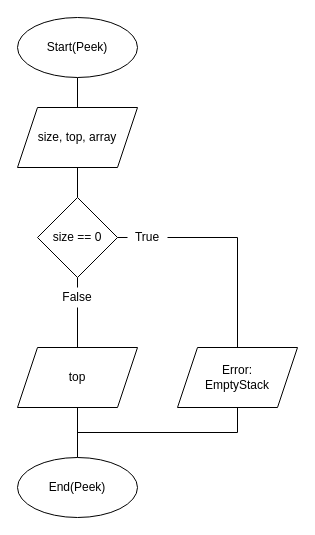
Above: page "Stack.Peek()" (5 of 6) of lab6/diagram.drawio in MrTimeGo/ads-petselia-kp01 (draw.io), before the change. Source tidied: cells renumbered, new cells numbered last; positions are measured from the earlier drawing's top-left corner, leaving out a move shared by most shapes. Both pictures are drawn from the tidied source at 100%, with x=0, y=0 at pixel (17, 17).
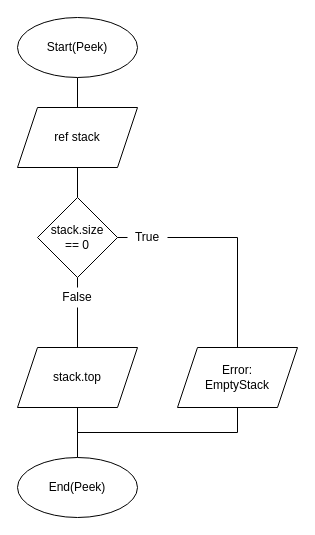
After the change.

Change to the diagram source:
```diff
@@
 <mxGraphModel>
   <root>
     <mxCell id="0" />
     <mxCell id="1" parent="0" />
     <mxCell id="2" style="edgeStyle=orthogonalEdgeStyle;rounded=0;jettySize=auto;html=1;exitX=0.5;exitY=1;exitDx=0;exitDy=0;entryX=0.5;entryY=0;entryDx=0;entryDy=0;endArrow=none;endFill=0;" parent="1" edge="1" source="3" target="5">
       <mxGeometry relative="1" as="geometry" />
     </mxCell>
     <mxCell id="3" value="Start(Peek)" style="ellipse;whiteSpace=wrap;html=1;" parent="1" vertex="1">
       <mxGeometry width="120" height="60" as="geometry" />
     </mxCell>
     <mxCell id="4" style="edgeStyle=orthogonalEdgeStyle;rounded=0;jettySize=auto;html=1;exitX=0.5;exitY=1;exitDx=0;exitDy=0;entryX=0.5;entryY=0;entryDx=0;entryDy=0;endArrow=none;endFill=0;" parent="1" edge="1" source="5" target="8">
       <mxGeometry relative="1" as="geometry" />
     </mxCell>
-    <mxCell id="5" value="size, top, array" style="shape=parallelogram;perimeter=parallelogramPerimeter;whiteSpace=wrap;html=1;fixedSize=1;" parent="1" vertex="1">
+    <mxCell id="5" value="ref stack" style="shape=parallelogram;perimeter=parallelogramPerimeter;whiteSpace=wrap;html=1;fixedSize=1;" parent="1" vertex="1">
       <mxGeometry y="90" width="120" height="60" as="geometry" />
     </mxCell>
     <mxCell id="6" style="edgeStyle=orthogonalEdgeStyle;rounded=0;jettySize=auto;html=1;exitX=0.5;exitY=1;exitDx=0;exitDy=0;entryX=0.5;entryY=0;entryDx=0;entryDy=0;endArrow=none;endFill=0;" parent="1" edge="1" source="8" target="10">
       <mxGeometry relative="1" as="geometry" />
     </mxCell>
     <mxCell id="7" style="edgeStyle=orthogonalEdgeStyle;rounded=0;jettySize=auto;html=1;exitX=1;exitY=0.5;exitDx=0;exitDy=0;entryX=0;entryY=0.5;entryDx=0;entryDy=0;endArrow=none;endFill=0;" parent="1" edge="1" source="8" target="12">
       <mxGeometry relative="1" as="geometry" />
     </mxCell>
-    <mxCell id="8" value="size == 0" style="rhombus;whiteSpace=wrap;html=1;" parent="1" vertex="1">
+    <mxCell id="8" value="stack.size&lt;br&gt;== 0" style="rhombus;whiteSpace=wrap;html=1;" parent="1" vertex="1">
       <mxGeometry x="20" y="180" width="80" height="80" as="geometry" />
     </mxCell>
     <mxCell id="9" style="edgeStyle=orthogonalEdgeStyle;rounded=0;jettySize=auto;html=1;exitX=0.5;exitY=1;exitDx=0;exitDy=0;entryX=0.5;entryY=0;entryDx=0;entryDy=0;endArrow=none;endFill=0;" parent="1" edge="1" source="10" target="14">
       <mxGeometry relative="1" as="geometry" />
     </mxCell>
     <mxCell id="10" value="False" style="text;html=1;strokeColor=none;fillColor=none;align=center;verticalAlign=middle;whiteSpace=wrap;rounded=0;" parent="1" vertex="1">
       <mxGeometry x="40" y="270" width="40" height="20" as="geometry" />
     </mxCell>
     <mxCell id="11" style="edgeStyle=orthogonalEdgeStyle;rounded=0;jettySize=auto;html=1;exitX=1;exitY=0.5;exitDx=0;exitDy=0;entryX=0.5;entryY=0;entryDx=0;entryDy=0;endArrow=none;endFill=0;" parent="1" edge="1" source="12" target="16">
       <mxGeometry relative="1" as="geometry" />
     </mxCell>
     <mxCell id="12" value="True" style="text;html=1;strokeColor=none;fillColor=none;align=center;verticalAlign=middle;whiteSpace=wrap;rounded=0;" parent="1" vertex="1">
       <mxGeometry x="110" y="210" width="40" height="20" as="geometry" />
     </mxCell>
     <mxCell id="13" style="edgeStyle=orthogonalEdgeStyle;rounded=0;jettySize=auto;html=1;exitX=0.5;exitY=1;exitDx=0;exitDy=0;entryX=0.5;entryY=0;entryDx=0;entryDy=0;endArrow=none;endFill=0;" parent="1" edge="1" source="14" target="17">
       <mxGeometry relative="1" as="geometry" />
     </mxCell>
-    <mxCell id="14" value="top" style="shape=parallelogram;perimeter=parallelogramPerimeter;whiteSpace=wrap;html=1;fixedSize=1;" parent="1" vertex="1">
+    <mxCell id="14" value="stack.top" style="shape=parallelogram;perimeter=parallelogramPerimeter;whiteSpace=wrap;html=1;fixedSize=1;" parent="1" vertex="1">
       <mxGeometry y="330" width="120" height="60" as="geometry" />
     </mxCell>
     <mxCell id="15" style="edgeStyle=orthogonalEdgeStyle;rounded=0;jettySize=auto;html=1;exitX=0.5;exitY=1;exitDx=0;exitDy=0;entryX=0.5;entryY=0;entryDx=0;entryDy=0;endArrow=none;endFill=0;" parent="1" edge="1" source="16" target="17">
       <mxGeometry relative="1" as="geometry" />
     </mxCell>
     <mxCell id="16" value="Error:&lt;br&gt;EmptyStack" style="shape=parallelogram;perimeter=parallelogramPerimeter;whiteSpace=wrap;html=1;fixedSize=1;" parent="1" vertex="1">
       <mxGeometry x="160" y="330" width="120" height="60" as="geometry" />
     </mxCell>
     <mxCell id="17" value="End(Peek)" style="ellipse;whiteSpace=wrap;html=1;" parent="1" vertex="1">
       <mxGeometry y="440" width="120" height="60" as="geometry" />
     </mxCell>
   </root>
 </mxGraphModel>
```
